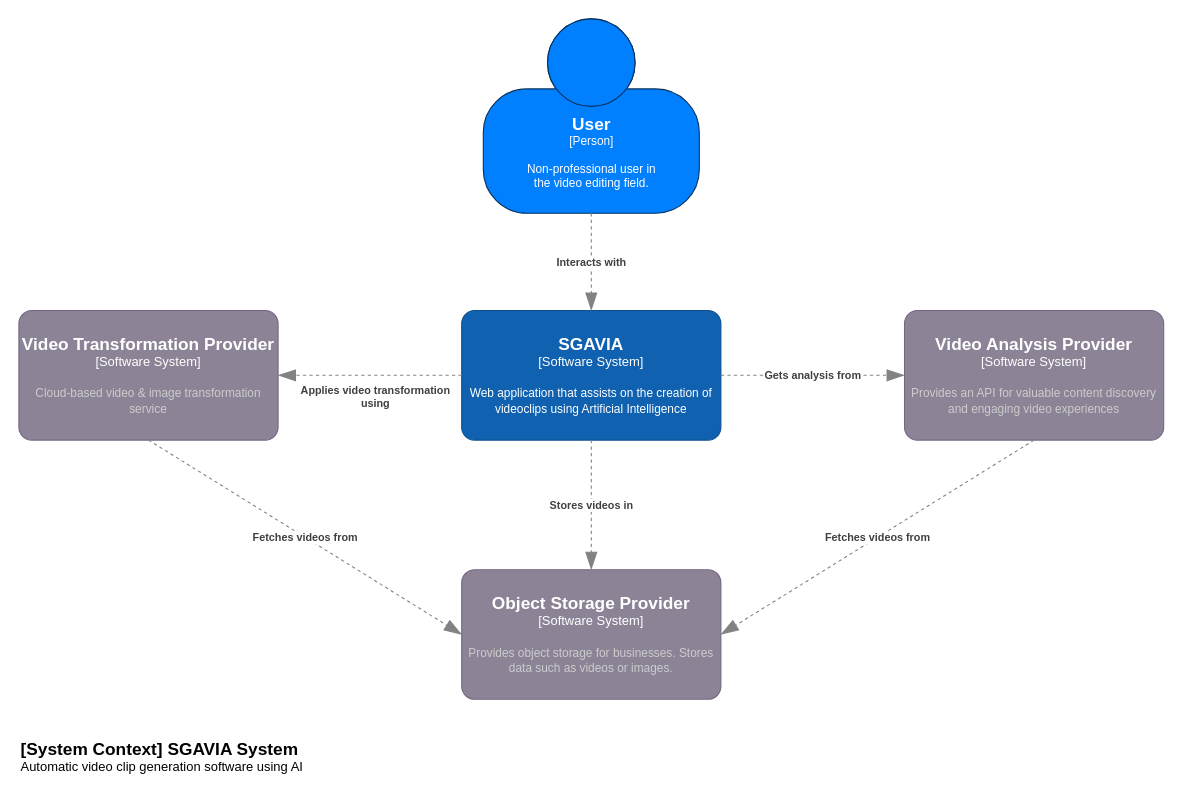
Earlier version of the draw.io diagram page "Página-2" (2 of 6) of drawio-diagrams/Organigrama.drawio (PR2022027/.github). Source tidied: cells renumbered, new cells numbered last; positions are measured from the earlier drawing's top-left corner, leaving out a move shared by most shapes. Both pictures are drawn from the tidied source at 108%, with x=0, y=0 at pixel (18, 18).
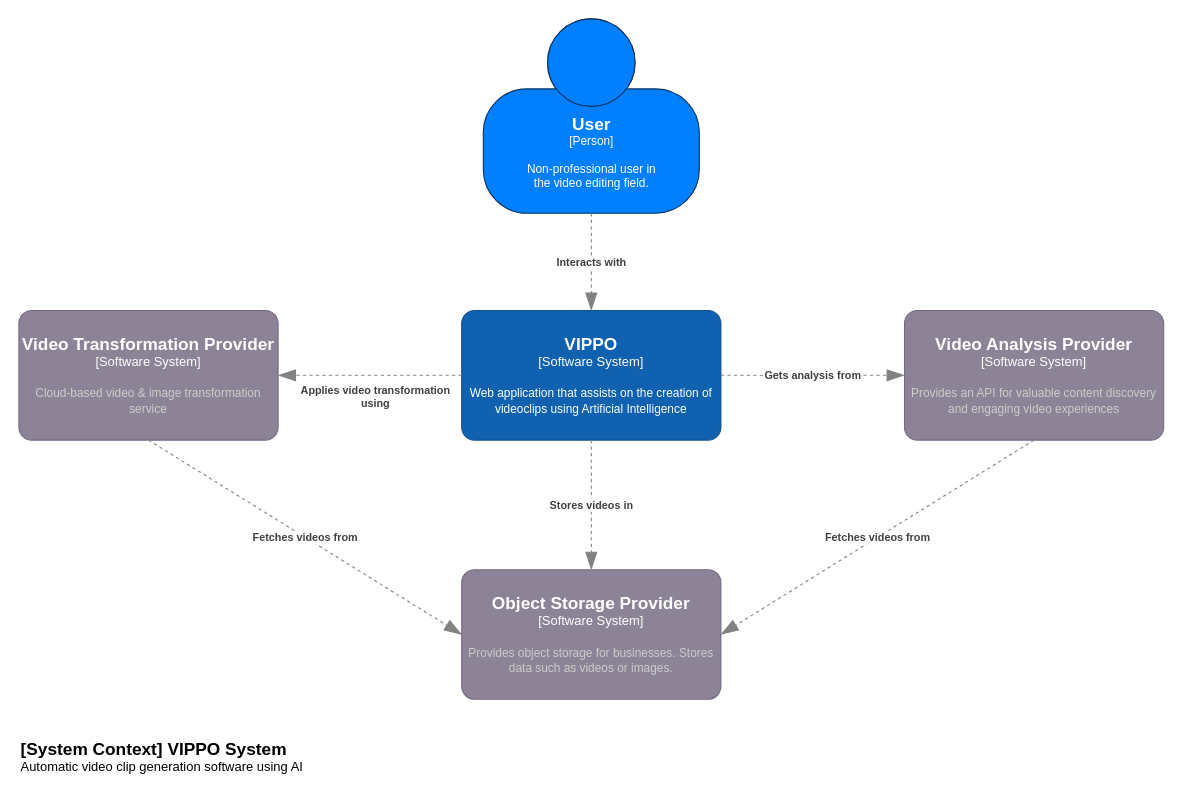
The same diagram, later.

Change to the diagram source:
```diff
@@
-    <object id="3" label="&lt;font style=&quot;font-size: 16px&quot;&gt;&lt;b&gt;%c4Name%&lt;/b&gt;&lt;/font&gt;&lt;div&gt;[%c4Type%]&lt;/div&gt;&lt;br&gt;&lt;div&gt;&lt;font style=&quot;font-size: 11px&quot;&gt;&lt;font&gt;%c4Description%&lt;/font&gt;&lt;/font&gt;&lt;/div&gt;" c4Description="Web application that assists on the creation of videoclips using Artificial Intelligence" c4Name="SGAVIA" c4Type="Software System" placeholders="1">
+    <object id="3" label="&lt;font style=&quot;font-size: 16px&quot;&gt;&lt;b&gt;%c4Name%&lt;/b&gt;&lt;/font&gt;&lt;div&gt;[%c4Type%]&lt;/div&gt;&lt;br&gt;&lt;div&gt;&lt;font style=&quot;font-size: 11px&quot;&gt;&lt;font&gt;%c4Description%&lt;/font&gt;&lt;/font&gt;&lt;/div&gt;" c4Description="Web application that assists on the creation of videoclips using Artificial Intelligence" c4Name="VIPPO" c4Type="Software System" placeholders="1">
       <mxCell style="rounded=1;whiteSpace=wrap;html=1;labelBackgroundColor=none;fillColor=#1061B0;fontColor=#FFFFFF;align=center;arcSize=10;strokeColor=#0D5091;points=[[0.25,0,0],[0.5,0,0],[0.75,0,0],[1,0.25,0],[1,0.5,0],[1,0.75,0],[0.75,1,0],[0.5,1,0],[0.25,1,0],[0,0.75,0],[0,0.5,0],[0,0.25,0]];" parent="1" vertex="1">
         <mxGeometry x="410" y="270" width="240" height="120" as="geometry" />
       </mxCell>
     </object>
@@
-    <object id="11" label="&lt;font style=&quot;font-size: 16px&quot;&gt;&lt;b&gt;&lt;div style=&quot;text-align: left&quot;&gt;%c4Name%&lt;/div&gt;&lt;/b&gt;&lt;/font&gt;&lt;div style=&quot;text-align: left&quot;&gt;%c4Description%&lt;/div&gt;" c4Description="Automatic video clip generation software using AI" c4Name="[System Context] SGAVIA System" placeholders="1">
+    <object id="11" label="&lt;font style=&quot;font-size: 16px&quot;&gt;&lt;b&gt;&lt;div style=&quot;text-align: left&quot;&gt;%c4Name%&lt;/div&gt;&lt;/b&gt;&lt;/font&gt;&lt;div style=&quot;text-align: left&quot;&gt;%c4Description%&lt;/div&gt;" c4Description="Automatic video clip generation software using AI" c4Name="[System Context] VIPPO System" placeholders="1">
       <mxCell style="text;html=1;strokeColor=none;fillColor=none;align=left;verticalAlign=top;whiteSpace=wrap;rounded=0;" parent="1" vertex="1">
         <mxGeometry y="660" width="320" height="40" as="geometry" />
       </mxCell>
     </object>
```
